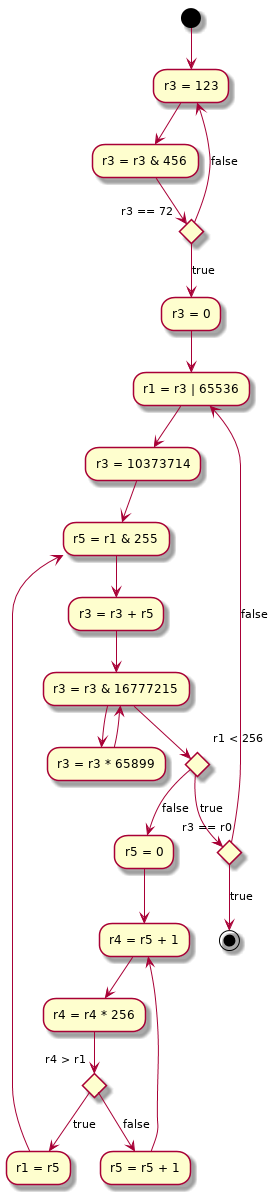
Earlier version of the PlantUML export day21_flow.png (k3ut0i/aoc18). The source it was exported from:
```plantuml
@startuml
(*) --> "r3 = 123"
--> "r3 = r3 & 456"
--> if "r3 == 72" then
	-->[true] "r3 = 0"
else
	-->[false] "r3 = 123"
endif
"r3 = 0" --> "r1 = r3 | 65536"
--> "r3 = 10373714"
--> "r5 = r1 & 255"
--> "r3 = r3 + r5"
--> "r3 = r3 & 16777215"
--> "r3 = r3 * 65899"
--> "r3 = r3 & 16777215"
--> if "r1 < 256" then
	-->[true] if "r3 == r0" then
		-->[true] (*)
	else
		-->[false] "r1 = r3 | 65536"
	endif
else
	-->[false] "r5 = 0"
endif
"r5 = 0" --> "r4 = r5 + 1"
--> "r4 = r4 * 256"
--> if "r4 > r1" then
	-->[true] "r1 = r5"
else
	-->[false] "r5 = r5 + 1"
endif
"r5 = r5 + 1" --> "r4 = r5 + 1"
"r1 = r5" --> "r5 = r1 & 255"
@enduml
```
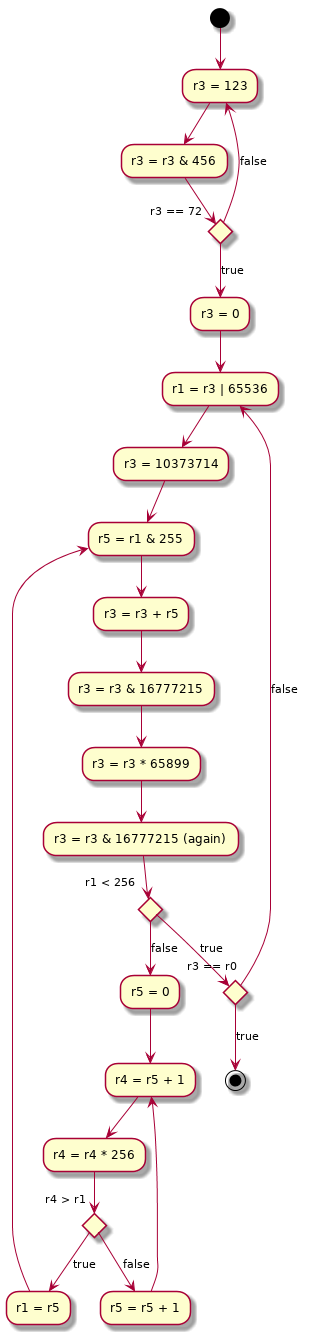
After the change.

The edit, as a diff of the source:
```diff
@@ -12,7 +12,7 @@
 --> "r3 = r3 + r5"
 --> "r3 = r3 & 16777215"
 --> "r3 = r3 * 65899"
---> "r3 = r3 & 16777215"
+--> "r3 = r3 & 16777215 (again)"
 --> if "r1 < 256" then
 	-->[true] if "r3 == r0" then
 		-->[true] (*)
@@ -20,14 +20,14 @@
 		-->[false] "r1 = r3 | 65536"
 	endif
 else
-	-->[false] "r5 = 0"
+-->[false] "r5 = 0"
 endif
 "r5 = 0" --> "r4 = r5 + 1"
 --> "r4 = r4 * 256"
 --> if "r4 > r1" then
-	-->[true] "r1 = r5"
+-->[true] "r1 = r5"
 else
-	-->[false] "r5 = r5 + 1"
+-->[false] "r5 = r5 + 1"
 endif
 "r5 = r5 + 1" --> "r4 = r5 + 1"
 "r1 = r5" --> "r5 = r1 & 255"
```
